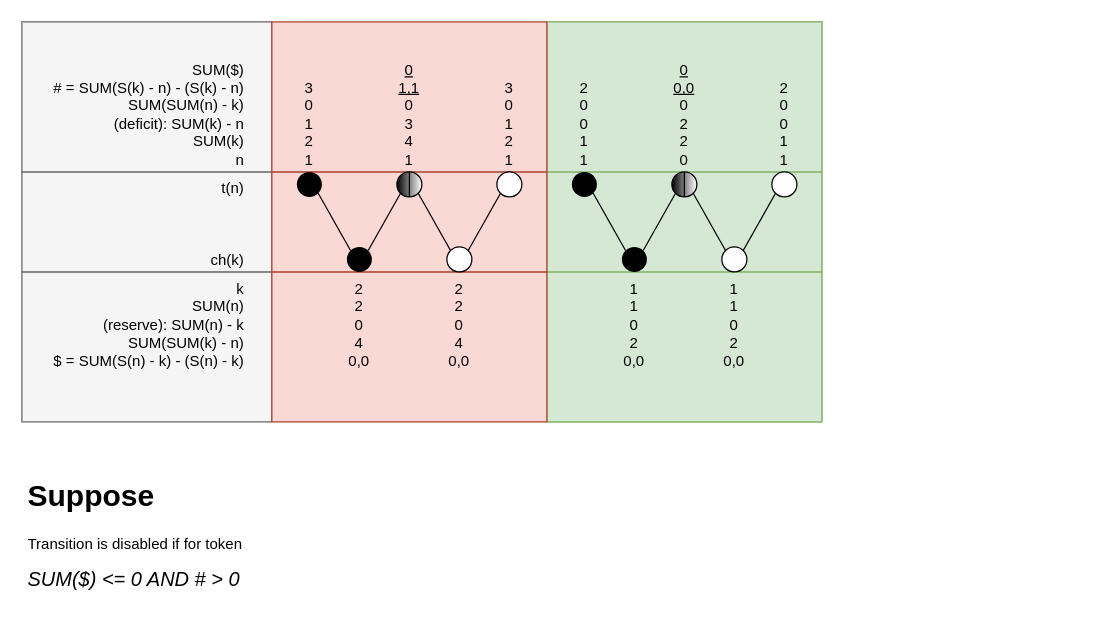
valooford/OntoNet-CPN keeps this draw.io diagram as page "Modes filtering" (2 of 3) of docs/Experimental-Nets.drawio. Above is the earlier version. Source tidied: cells renumbered, new cells numbered last; positions are measured from the earlier drawing's top-left corner, leaving out a move shared by most shapes. Both pictures are drawn from the tidied source at 125%, with x=0, y=0 at pixel (21, 21).
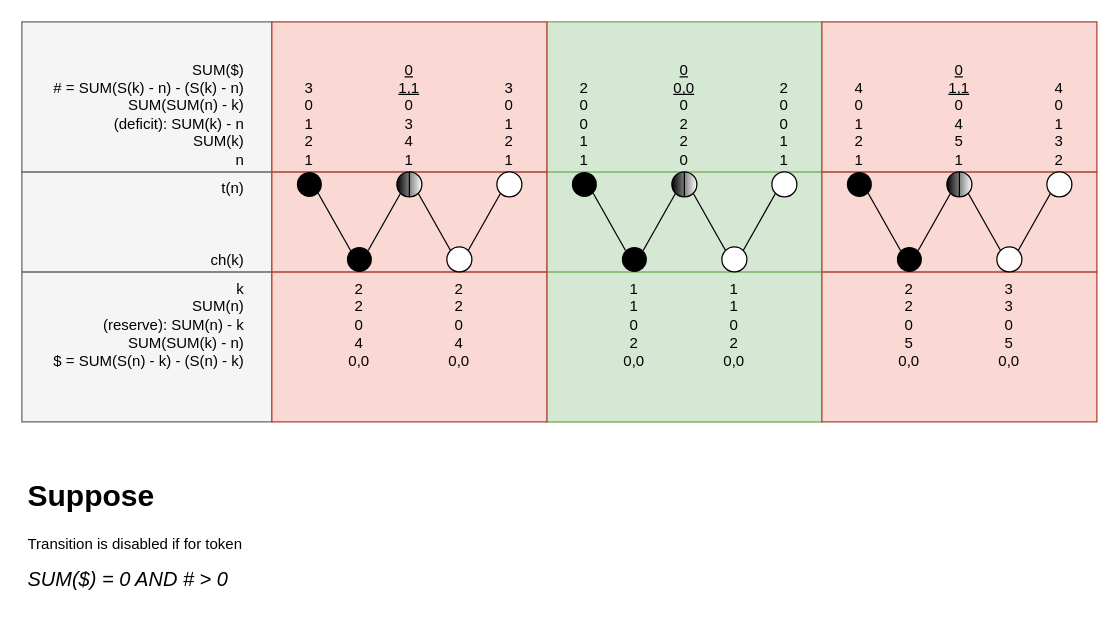
The same diagram, later.

Commit message:
Modes filtering diagram have been supplemented with one more example

What changed in the source:
```diff
@@
-    <mxCell id="46" value="&lt;h1&gt;Suppose&lt;/h1&gt;&lt;p&gt;Transition is disabled if for token&lt;/p&gt;&lt;p&gt;&lt;font size=&quot;1&quot;&gt;&lt;i style=&quot;font-size: 16px&quot;&gt;SUM($) &amp;lt;= 0 AND # &amp;gt; 0&lt;/i&gt;&lt;/font&gt;&lt;/p&gt;" style="text;html=1;strokeColor=none;fillColor=none;spacing=5;spacingTop=-20;whiteSpace=wrap;overflow=hidden;rounded=0;" parent="1" vertex="1">
+    <mxCell id="46" value="&lt;h1&gt;Suppose&lt;/h1&gt;&lt;p&gt;Transition is disabled if for token&lt;/p&gt;&lt;p&gt;&lt;font size=&quot;1&quot;&gt;&lt;i style=&quot;font-size: 16px&quot;&gt;SUM($) = 0 AND # &amp;gt; 0&lt;/i&gt;&lt;/font&gt;&lt;/p&gt;" style="text;html=1;strokeColor=none;fillColor=none;spacing=5;spacingTop=-20;whiteSpace=wrap;overflow=hidden;rounded=0;" parent="1" vertex="1">
       <mxGeometry y="360" width="190" height="120" as="geometry" />
     </mxCell>
+    <mxCell id="47" style="group;" parent="1" vertex="1">
+      <mxGeometry x="640" width="220" height="320" as="geometry" />
+    </mxCell>
+    <mxCell id="48" style="rounded=0;whiteSpace=wrap;html=1;fillColor=#fad9d5;strokeColor=#ae4132;" parent="47" vertex="1">
+      <mxGeometry y="200" width="220" height="120" as="geometry" />
+    </mxCell>
+    <mxCell id="49" style="rounded=0;whiteSpace=wrap;html=1;fillColor=#fad9d5;strokeColor=#ae4132;" parent="47" vertex="1">
+      <mxGeometry y="120" width="220" height="80" as="geometry" />
+    </mxCell>
+    <mxCell id="50" style="rounded=0;whiteSpace=wrap;html=1;fillColor=#fad9d5;strokeColor=#ae4132;" parent="47" vertex="1">
+      <mxGeometry width="220" height="120" as="geometry" />
+    </mxCell>
+    <mxCell id="51" style="rounded=0;jettySize=auto;html=1;exitX=0;exitY=0;exitDx=0;exitDy=0;entryX=1;entryY=1;entryDx=0;entryDy=0;fontColor=#000000;endArrow=none;endFill=0;" parent="1" edge="1" source="53" target="61">
+      <mxGeometry relative="1" as="geometry" />
+    </mxCell>
+    <mxCell id="52" style="rounded=0;jettySize=auto;html=1;exitX=1;exitY=0;exitDx=0;exitDy=0;entryX=0;entryY=1;entryDx=0;entryDy=0;endArrow=none;endFill=0;fontColor=#000000;" parent="1" edge="1" source="53" target="57">
+      <mxGeometry relative="1" as="geometry" />
+    </mxCell>
+    <mxCell id="53" style="ellipse;whiteSpace=wrap;html=1;fillColor=#000000;strokeColor=none;labelPosition=left;verticalLabelPosition=middle;align=right;verticalAlign=middle;" parent="1" vertex="1">
+      <mxGeometry x="700" y="180" width="20" height="20" as="geometry" />
+    </mxCell>
+    <mxCell id="54" style="edgeStyle=none;rounded=0;jettySize=auto;html=1;exitX=0;exitY=0;exitDx=0;exitDy=0;entryX=1;entryY=1;entryDx=0;entryDy=0;endArrow=none;endFill=0;fontColor=#000000;" parent="1" edge="1" source="56" target="57">
+      <mxGeometry relative="1" as="geometry" />
+    </mxCell>
+    <mxCell id="55" style="rounded=0;jettySize=auto;html=1;exitX=1;exitY=0;exitDx=0;exitDy=0;entryX=0;entryY=1;entryDx=0;entryDy=0;endArrow=none;endFill=0;" parent="1" edge="1" source="56" target="63">
+      <mxGeometry relative="1" as="geometry" />
+    </mxCell>
+    <mxCell id="56" style="ellipse;whiteSpace=wrap;html=1;labelPosition=right;verticalLabelPosition=middle;align=left;verticalAlign=middle;" parent="1" vertex="1">
+      <mxGeometry x="780" y="180" width="20" height="20" as="geometry" />
+    </mxCell>
+    <mxCell id="57" style="shape=lineEllipse;line=vertical;perimeter=ellipsePerimeter;whiteSpace=wrap;html=1;backgroundOutline=1;strokeColor=#000000;fontColor=#000000;labelPosition=right;verticalLabelPosition=middle;align=left;verticalAlign=middle;labelBackgroundColor=none;gradientColor=#ffffff;fillColor=#000000;gradientDirection=east;" parent="1" vertex="1">
+      <mxGeometry x="740" y="120" width="20" height="20" as="geometry" />
+    </mxCell>
+    <mxCell id="58" value="2&lt;br&gt;2&lt;br&gt;0&lt;br&gt;5&lt;br&gt;0,0" style="text;html=1;strokeColor=none;fillColor=none;align=center;verticalAlign=top;whiteSpace=wrap;rounded=0;labelBackgroundColor=none;fontColor=#000000;labelPosition=center;verticalLabelPosition=middle;" parent="1" vertex="1">
+      <mxGeometry x="700" y="200" width="20" height="120" as="geometry" />
+    </mxCell>
+    <mxCell id="59" value="3&lt;br&gt;3&lt;br&gt;0&lt;br&gt;5&lt;br&gt;0,0" style="text;html=1;strokeColor=none;fillColor=none;align=center;verticalAlign=top;whiteSpace=wrap;rounded=0;labelBackgroundColor=none;fontColor=#000000;labelPosition=center;verticalLabelPosition=middle;" parent="1" vertex="1">
+      <mxGeometry x="780" y="200" width="20" height="120" as="geometry" />
+    </mxCell>
+    <mxCell id="60" value="&lt;u&gt;0&lt;/u&gt;&lt;br&gt;&lt;u&gt;1,1&lt;/u&gt;&lt;br&gt;0&lt;br&gt;4&lt;br&gt;5&lt;br&gt;1" style="text;html=1;strokeColor=none;fillColor=none;align=center;verticalAlign=bottom;whiteSpace=wrap;rounded=0;labelBackgroundColor=none;fontColor=#000000;labelPosition=center;verticalLabelPosition=middle;" parent="1" vertex="1">
+      <mxGeometry x="740" width="20" height="120" as="geometry" />
+    </mxCell>
+    <mxCell id="61" style="ellipse;whiteSpace=wrap;html=1;fillColor=#000000;strokeColor=none;labelPosition=left;verticalLabelPosition=middle;align=right;verticalAlign=middle;" parent="1" vertex="1">
+      <mxGeometry x="660" y="120" width="20" height="20" as="geometry" />
+    </mxCell>
+    <mxCell id="62" value="&lt;br&gt;4&lt;br&gt;0&lt;br&gt;1&lt;br&gt;2&lt;br&gt;1" style="text;html=1;strokeColor=none;fillColor=none;align=center;verticalAlign=bottom;whiteSpace=wrap;rounded=0;labelBackgroundColor=none;fontColor=#000000;labelPosition=center;verticalLabelPosition=middle;" parent="1" vertex="1">
+      <mxGeometry x="660" width="20" height="120" as="geometry" />
+    </mxCell>
+    <mxCell id="63" style="ellipse;whiteSpace=wrap;html=1;labelPosition=right;verticalLabelPosition=middle;align=left;verticalAlign=middle;" parent="1" vertex="1">
+      <mxGeometry x="820" y="120" width="20" height="20" as="geometry" />
+    </mxCell>
+    <mxCell id="64" value="&lt;br&gt;4&lt;br&gt;0&lt;br&gt;1&lt;br&gt;3&lt;br&gt;2" style="text;html=1;strokeColor=none;fillColor=none;align=center;verticalAlign=bottom;whiteSpace=wrap;rounded=0;labelBackgroundColor=none;fontColor=#000000;labelPosition=center;verticalLabelPosition=middle;" parent="1" vertex="1">
+      <mxGeometry x="820" width="20" height="120" as="geometry" />
+    </mxCell>
```
